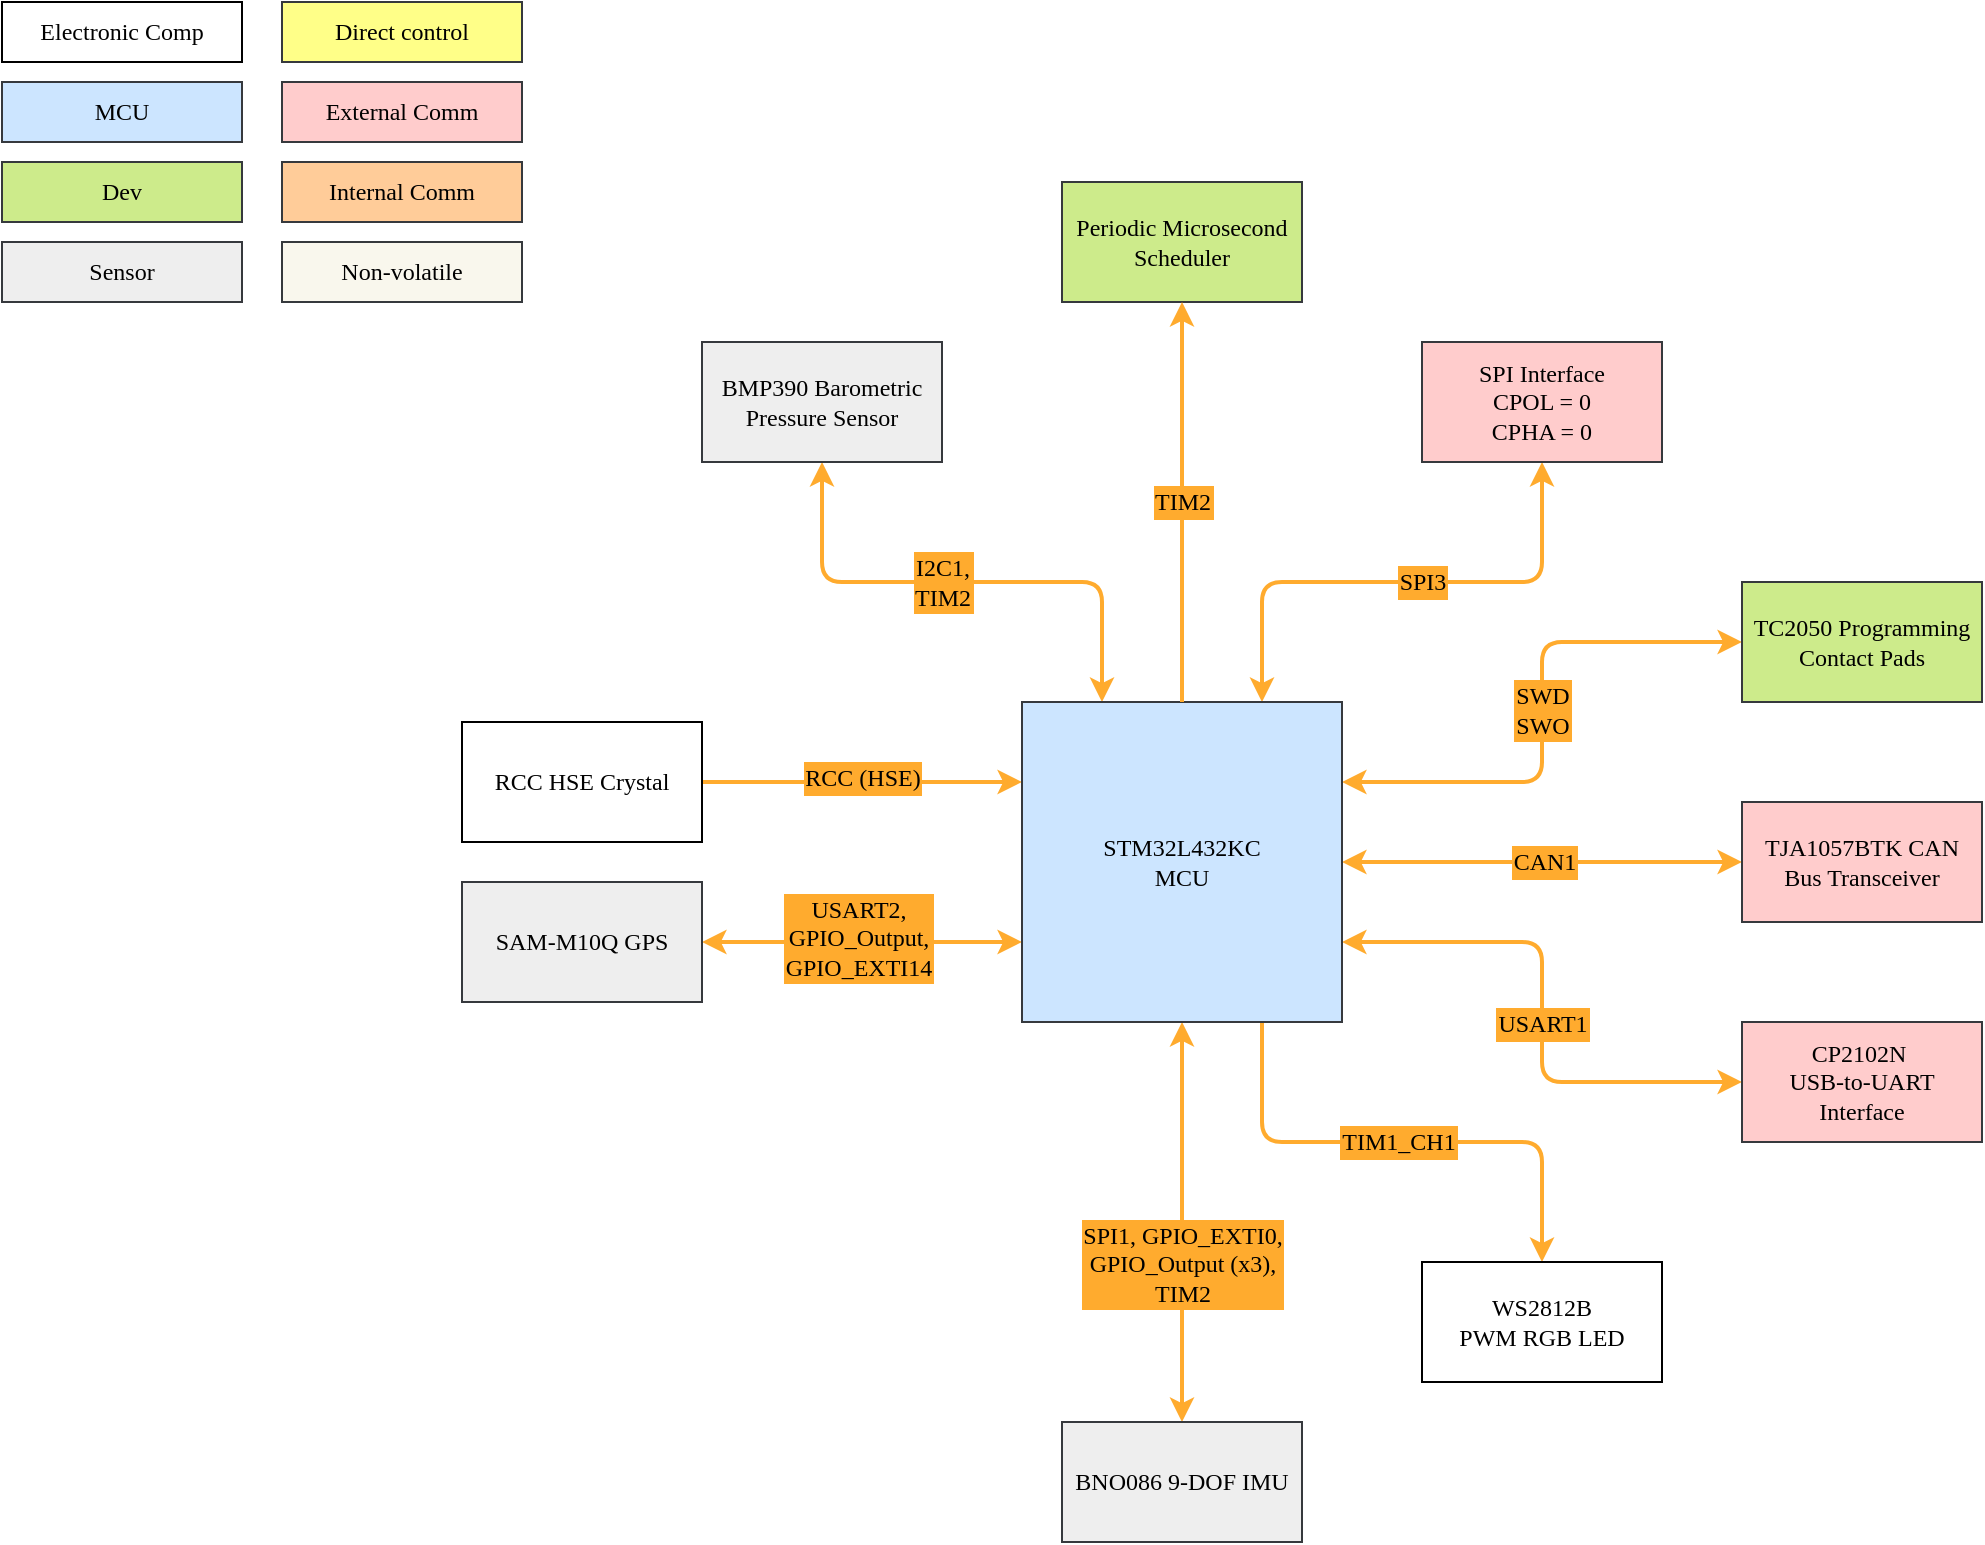
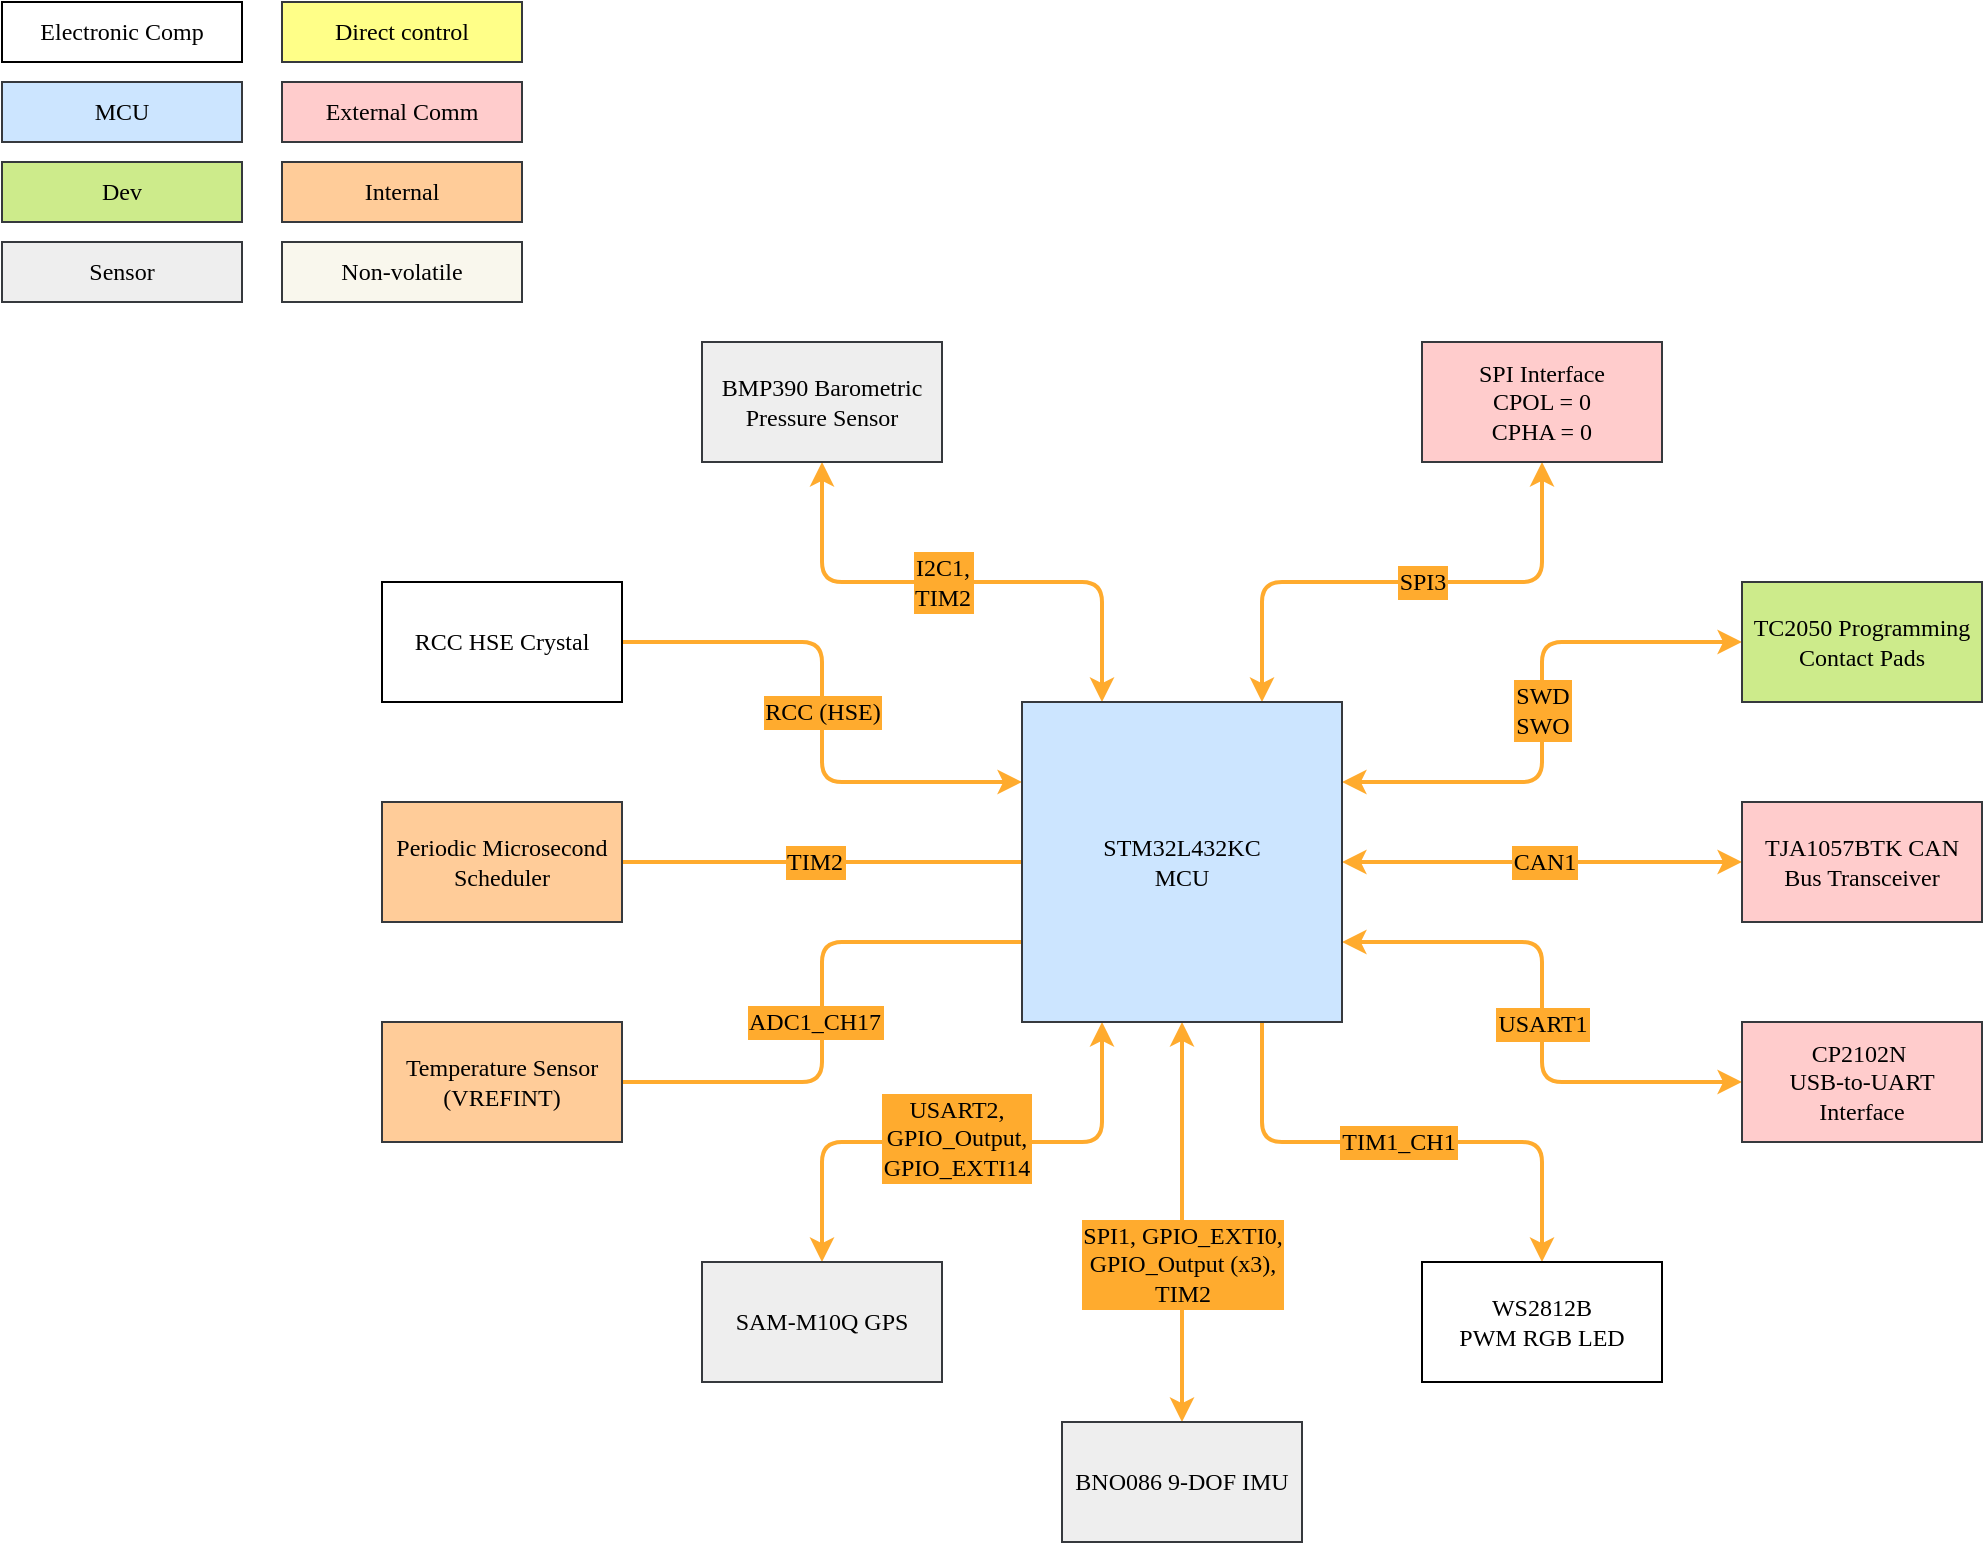
<mxfile host="app.diagrams.net">
  <diagram name="Page-1" id="w_Orb_iaHhAp4VGm16kb">
-     <mxGraphModel dx="1084" dy="564" grid="1" gridSize="10" guides="1" tooltips="1" connect="1" arrows="1" fold="1" page="1" pageScale="1" pageWidth="1169" pageHeight="827" math="0" shadow="0">
+     <mxGraphModel dx="1030" dy="535" grid="1" gridSize="10" guides="1" tooltips="1" connect="1" arrows="1" fold="1" page="1" pageScale="1" pageWidth="1169" pageHeight="827" math="0" shadow="0">
      <root>
        <mxCell id="0" />
        <mxCell id="1" parent="0" />
        <mxCell id="IeG03nwu5ISnfik0zkAV-1" edge="1" parent="1" source="IeG03nwu5ISnfik0zkAV-30" style="edgeStyle=orthogonalEdgeStyle;rounded=1;orthogonalLoop=1;jettySize=auto;html=1;exitX=0;exitY=0.25;exitDx=0;exitDy=0;entryX=1;entryY=0.5;entryDx=0;entryDy=0;strokeWidth=2;curved=0;strokeColor=#FFAB2E;startArrow=classic;startFill=1;endArrow=none;endFill=0;" target="IeG03nwu5ISnfik0zkAV-29">
          <mxGeometry relative="1" as="geometry" />
        </mxCell>
        <mxCell id="IeG03nwu5ISnfik0zkAV-2" connectable="0" parent="IeG03nwu5ISnfik0zkAV-1" style="edgeLabel;html=1;align=center;verticalAlign=middle;resizable=0;points=[];fontSize=12;fontFamily=JetBrains Mono;fontSource=https%3A%2F%2Ffonts.googleapis.com%2Fcss%3Ffamily%3DJetBrains%2BMono;labelBackgroundColor=#FFAB2E;labelBorderColor=#FFAB2E;textShadow=0;" value="RCC (HSE)" vertex="1">
          <mxGeometry relative="1" x="-0.008" y="-1" as="geometry">
            <mxPoint x="-1" y="-1" as="offset" />
          </mxGeometry>
        </mxCell>
        <mxCell id="IeG03nwu5ISnfik0zkAV-3" edge="1" parent="1" source="IeG03nwu5ISnfik0zkAV-27" style="edgeStyle=orthogonalEdgeStyle;rounded=1;orthogonalLoop=1;jettySize=auto;html=1;exitX=0;exitY=0.5;exitDx=0;exitDy=0;strokeWidth=2;startArrow=classic;startFill=1;fontFamily=JetBrains Mono;fontSource=https%3A%2F%2Ffonts.googleapis.com%2Fcss%3Ffamily%3DJetBrains%2BMono;strokeColor=#FFAB2E;fillColor=#ffcc99;fontSize=12;curved=0;entryX=1;entryY=0.5;entryDx=0;entryDy=0;" target="IeG03nwu5ISnfik0zkAV-30">
          <mxGeometry relative="1" as="geometry">
            <mxPoint x="690" y="450" as="targetPoint" />
          </mxGeometry>
        </mxCell>
        <mxCell id="IeG03nwu5ISnfik0zkAV-4" connectable="0" parent="IeG03nwu5ISnfik0zkAV-3" style="edgeLabel;html=1;align=center;verticalAlign=middle;resizable=0;points=[];fontFamily=JetBrains Mono;fontSource=https%3A%2F%2Ffonts.googleapis.com%2Fcss%3Ffamily%3DJetBrains%2BMono;fontSize=12;labelBackgroundColor=#FFAB2E;labelBorderColor=#FFAB2E;" value="CAN1" vertex="1">
          <mxGeometry relative="1" x="-0.0333" as="geometry">
            <mxPoint x="-3" as="offset" />
          </mxGeometry>
        </mxCell>
        <mxCell id="IeG03nwu5ISnfik0zkAV-5" edge="1" parent="1" source="IeG03nwu5ISnfik0zkAV-28" style="edgeStyle=orthogonalEdgeStyle;rounded=1;orthogonalLoop=1;jettySize=auto;html=1;exitX=0;exitY=0.5;exitDx=0;exitDy=0;entryX=1;entryY=0.25;entryDx=0;entryDy=0;startArrow=classic;startFill=1;strokeWidth=2;strokeColor=#FFAB2E;fillColor=#ffcc99;fontSize=12;fontFamily=JetBrains Mono;fontSource=https%3A%2F%2Ffonts.googleapis.com%2Fcss%3Ffamily%3DJetBrains%2BMono;curved=0;" target="IeG03nwu5ISnfik0zkAV-30">
          <mxGeometry relative="1" as="geometry" />
        </mxCell>
        <mxCell id="IeG03nwu5ISnfik0zkAV-6" connectable="0" parent="IeG03nwu5ISnfik0zkAV-5" style="edgeLabel;html=1;align=center;verticalAlign=middle;resizable=0;points=[];fontSize=12;fontFamily=JetBrains Mono;fontSource=https%3A%2F%2Ffonts.googleapis.com%2Fcss%3Ffamily%3DJetBrains%2BMono;labelBackgroundColor=#FFAB2E;labelBorderColor=#FFAB2E;" value="SWD&lt;br style=&quot;font-size: 12px;&quot;&gt;SWO" vertex="1">
          <mxGeometry relative="1" x="0.08" y="-2" as="geometry">
            <mxPoint x="2" y="-12" as="offset" />
          </mxGeometry>
        </mxCell>
        <mxCell id="IeG03nwu5ISnfik0zkAV-7" parent="1" style="rounded=0;whiteSpace=wrap;html=1;fontSize=12;fontFamily=JetBrains Mono;fontSource=https%3A%2F%2Ffonts.googleapis.com%2Fcss%3Ffamily%3DJetBrains%2BMono;fillColor=#cce5ff;strokeColor=#36393d;" value="MCU" vertex="1">
          <mxGeometry height="30" width="120" x="10" y="50" as="geometry" />
        </mxCell>
        <mxCell id="IeG03nwu5ISnfik0zkAV-8" parent="1" style="rounded=0;whiteSpace=wrap;html=1;fontSize=12;fontFamily=JetBrains Mono;fontSource=https%3A%2F%2Ffonts.googleapis.com%2Fcss%3Ffamily%3DJetBrains%2BMono;fillColor=#eeeeee;strokeColor=#36393d;" value="Sensor" vertex="1">
          <mxGeometry height="30" width="120" x="10" y="130" as="geometry" />
        </mxCell>
        <mxCell id="IeG03nwu5ISnfik0zkAV-9" parent="1" style="rounded=0;whiteSpace=wrap;html=1;fontSize=12;fontFamily=JetBrains Mono;fontSource=https%3A%2F%2Ffonts.googleapis.com%2Fcss%3Ffamily%3DJetBrains%2BMono;fillColor=#ffff88;strokeColor=#36393d;" value="Direct control" vertex="1">
          <mxGeometry height="30" width="120" x="150" y="10" as="geometry" />
        </mxCell>
        <mxCell id="IeG03nwu5ISnfik0zkAV-10" parent="1" style="rounded=0;whiteSpace=wrap;html=1;fontSize=12;fontFamily=JetBrains Mono;fontSource=https%3A%2F%2Ffonts.googleapis.com%2Fcss%3Ffamily%3DJetBrains%2BMono;fillColor=#ffcccc;strokeColor=#36393d;" value="External Comm" vertex="1">
          <mxGeometry height="30" width="120" x="150" y="50" as="geometry" />
        </mxCell>
-         <mxCell id="IeG03nwu5ISnfik0zkAV-11" parent="1" style="rounded=0;whiteSpace=wrap;html=1;fontSize=12;fontFamily=JetBrains Mono;fontSource=https%3A%2F%2Ffonts.googleapis.com%2Fcss%3Ffamily%3DJetBrains%2BMono;fillColor=#ffcc99;strokeColor=#36393d;" value="Internal Comm " vertex="1">
+         <mxCell id="IeG03nwu5ISnfik0zkAV-11" parent="1" style="rounded=0;whiteSpace=wrap;html=1;fontSize=12;fontFamily=JetBrains Mono;fontSource=https%3A%2F%2Ffonts.googleapis.com%2Fcss%3Ffamily%3DJetBrains%2BMono;fillColor=#ffcc99;strokeColor=#36393d;" value="Internal" vertex="1">
          <mxGeometry height="30" width="120" x="150" y="90" as="geometry" />
        </mxCell>
        <mxCell id="IeG03nwu5ISnfik0zkAV-12" parent="1" style="rounded=0;whiteSpace=wrap;html=1;fontSize=12;fontFamily=JetBrains Mono;fontSource=https%3A%2F%2Ffonts.googleapis.com%2Fcss%3Ffamily%3DJetBrains%2BMono;" value="Electronic Comp" vertex="1">
          <mxGeometry height="30" width="120" x="10" y="10" as="geometry" />
        </mxCell>
        <mxCell id="IeG03nwu5ISnfik0zkAV-13" parent="1" style="rounded=0;whiteSpace=wrap;html=1;fontSize=12;fontFamily=JetBrains Mono;fontSource=https%3A%2F%2Ffonts.googleapis.com%2Fcss%3Ffamily%3DJetBrains%2BMono;fillColor=#cdeb8b;strokeColor=#36393d;" value="Dev" vertex="1">
          <mxGeometry height="30" width="120" x="10" y="90" as="geometry" />
        </mxCell>
        <mxCell id="IeG03nwu5ISnfik0zkAV-14" parent="1" style="rounded=0;whiteSpace=wrap;html=1;fontSize=12;fontFamily=JetBrains Mono;fontSource=https%3A%2F%2Ffonts.googleapis.com%2Fcss%3Ffamily%3DJetBrains%2BMono;fillColor=#f9f7ed;strokeColor=#36393d;" value="Non-volatile" vertex="1">
          <mxGeometry height="30" width="120" x="150" y="130" as="geometry" />
        </mxCell>
        <mxCell id="IeG03nwu5ISnfik0zkAV-15" edge="1" parent="1" source="IeG03nwu5ISnfik0zkAV-30" style="edgeStyle=orthogonalEdgeStyle;rounded=1;orthogonalLoop=1;jettySize=auto;html=1;entryX=0;entryY=0.5;entryDx=0;entryDy=0;startArrow=classic;startFill=1;strokeWidth=2;fontSize=12;fontFamily=JetBrains Mono;fontSource=https%3A%2F%2Ffonts.googleapis.com%2Fcss%3Ffamily%3DJetBrains%2BMono;strokeColor=#FFAB2E;fillColor=#ffcc99;curved=0;exitX=1;exitY=0.75;exitDx=0;exitDy=0;" target="IeG03nwu5ISnfik0zkAV-31">
          <mxGeometry relative="1" as="geometry">
            <mxPoint x="600" y="550" as="sourcePoint" />
          </mxGeometry>
        </mxCell>
        <mxCell id="IeG03nwu5ISnfik0zkAV-16" connectable="0" parent="IeG03nwu5ISnfik0zkAV-15" style="edgeLabel;html=1;align=center;verticalAlign=middle;resizable=0;points=[];fontSize=12;fontFamily=JetBrains Mono;fontSource=https%3A%2F%2Ffonts.googleapis.com%2Fcss%3Ffamily%3DJetBrains%2BMono;labelBackgroundColor=#FFAB2E;labelBorderColor=#FFAB2E;" value="USART1" vertex="1">
          <mxGeometry relative="1" x="0.025" y="-3" as="geometry">
            <mxPoint x="3" y="2" as="offset" />
          </mxGeometry>
        </mxCell>
        <mxCell id="IeG03nwu5ISnfik0zkAV-17" edge="1" parent="1" source="IeG03nwu5ISnfik0zkAV-30" style="edgeStyle=orthogonalEdgeStyle;rounded=1;orthogonalLoop=1;jettySize=auto;html=1;entryX=0.5;entryY=0;entryDx=0;entryDy=0;startArrow=classic;startFill=1;strokeWidth=2;fontSize=12;fontFamily=JetBrains Mono;fontSource=https%3A%2F%2Ffonts.googleapis.com%2Fcss%3Ffamily%3DJetBrains%2BMono;strokeColor=#FFAB2E;fillColor=#ffcc99;curved=0;exitX=0.5;exitY=1;exitDx=0;exitDy=0;" target="IeG03nwu5ISnfik0zkAV-32">
          <mxGeometry relative="1" as="geometry">
            <mxPoint x="440" y="684" as="sourcePoint" />
          </mxGeometry>
        </mxCell>
        <mxCell id="IeG03nwu5ISnfik0zkAV-18" connectable="0" parent="IeG03nwu5ISnfik0zkAV-17" style="edgeLabel;html=1;align=center;verticalAlign=middle;resizable=0;points=[];fontSize=12;fontFamily=JetBrains Mono;fontSource=https%3A%2F%2Ffonts.googleapis.com%2Fcss%3Ffamily%3DJetBrains%2BMono;labelBackgroundColor=#FFAB2E;labelBorderColor=#FFAB2E;" value="SPI1, GPIO_EXTI0, &lt;br&gt;&lt;div&gt;GPIO_Output (x3),&lt;/div&gt;&lt;div&gt;TIM2&lt;/div&gt;" vertex="1">
          <mxGeometry relative="1" x="0.025" y="-3" as="geometry">
            <mxPoint x="3" y="18" as="offset" />
          </mxGeometry>
        </mxCell>
-         <mxCell id="IeG03nwu5ISnfik0zkAV-19" edge="1" parent="1" source="IeG03nwu5ISnfik0zkAV-30" style="edgeStyle=orthogonalEdgeStyle;rounded=1;orthogonalLoop=1;jettySize=auto;html=1;exitX=0;exitY=0.75;exitDx=0;exitDy=0;entryX=1;entryY=0.5;entryDx=0;entryDy=0;startArrow=classic;startFill=1;fontSize=12;fontFamily=JetBrains Mono;fontSource=https%3A%2F%2Ffonts.googleapis.com%2Fcss%3Ffamily%3DJetBrains%2BMono;strokeWidth=2;strokeColor=#FFAB2E;curved=0;" target="IeG03nwu5ISnfik0zkAV-33">
+         <mxCell id="IeG03nwu5ISnfik0zkAV-19" edge="1" parent="1" source="IeG03nwu5ISnfik0zkAV-30" style="edgeStyle=orthogonalEdgeStyle;rounded=1;orthogonalLoop=1;jettySize=auto;html=1;exitX=0.25;exitY=1;exitDx=0;exitDy=0;entryX=0.5;entryY=0;entryDx=0;entryDy=0;startArrow=classic;startFill=1;fontSize=12;fontFamily=JetBrains Mono;fontSource=https%3A%2F%2Ffonts.googleapis.com%2Fcss%3Ffamily%3DJetBrains%2BMono;strokeWidth=2;strokeColor=#FFAB2E;curved=0;" target="IeG03nwu5ISnfik0zkAV-33">
          <mxGeometry relative="1" as="geometry">
            <mxPoint x="520" y="480" as="sourcePoint" />
          </mxGeometry>
        </mxCell>
        <mxCell id="IeG03nwu5ISnfik0zkAV-20" connectable="0" parent="IeG03nwu5ISnfik0zkAV-19" style="edgeLabel;html=1;align=center;verticalAlign=middle;resizable=0;points=[];fontSize=12;fontFamily=JetBrains Mono;fontSource=https%3A%2F%2Ffonts.googleapis.com%2Fcss%3Ffamily%3DJetBrains%2BMono;labelBackgroundColor=#FFAB2E;labelBorderColor=#FFAB2E;" value="&lt;div&gt;USART2,&lt;/div&gt;&lt;div&gt;GPIO_Output,&lt;/div&gt;&lt;div&gt;GPIO_EXTI14&lt;/div&gt;" vertex="1">
          <mxGeometry relative="1" x="0.0286" as="geometry">
            <mxPoint y="-2" as="offset" />
          </mxGeometry>
        </mxCell>
        <mxCell id="IeG03nwu5ISnfik0zkAV-21" edge="1" parent="1" source="IeG03nwu5ISnfik0zkAV-34" style="edgeStyle=orthogonalEdgeStyle;rounded=1;orthogonalLoop=1;jettySize=auto;html=1;exitX=0.5;exitY=1;exitDx=0;exitDy=0;entryX=0.25;entryY=0;entryDx=0;entryDy=0;startArrow=classic;startFill=1;strokeWidth=2;fontSize=12;fontFamily=JetBrains Mono;fontSource=https%3A%2F%2Ffonts.googleapis.com%2Fcss%3Ffamily%3DJetBrains%2BMono;strokeColor=#FFAB2E;fillColor=#ffcc99;curved=0;" target="IeG03nwu5ISnfik0zkAV-30">
          <mxGeometry relative="1" as="geometry">
            <mxPoint x="600" y="360" as="targetPoint" />
          </mxGeometry>
        </mxCell>
        <mxCell id="IeG03nwu5ISnfik0zkAV-22" connectable="0" parent="IeG03nwu5ISnfik0zkAV-21" style="edgeLabel;html=1;align=center;verticalAlign=middle;resizable=0;points=[];fontSize=12;fontFamily=JetBrains Mono;fontSource=https%3A%2F%2Ffonts.googleapis.com%2Fcss%3Ffamily%3DJetBrains%2BMono;labelBackgroundColor=#FFAB2E;labelBorderColor=#FFAB2E;" value="&lt;div&gt;I2C1,&lt;/div&gt;&lt;div&gt;TIM2&lt;/div&gt;" vertex="1">
          <mxGeometry relative="1" x="-0.0235" y="2" as="geometry">
            <mxPoint x="-7" y="2" as="offset" />
          </mxGeometry>
        </mxCell>
        <mxCell id="IeG03nwu5ISnfik0zkAV-23" edge="1" parent="1" source="IeG03nwu5ISnfik0zkAV-35" style="edgeStyle=orthogonalEdgeStyle;rounded=1;orthogonalLoop=1;jettySize=auto;html=1;entryX=0.75;entryY=1;entryDx=0;entryDy=0;strokeWidth=2;strokeColor=#FFAB2E;startArrow=classic;startFill=1;endArrow=none;endFill=0;curved=0;exitX=0.5;exitY=0;exitDx=0;exitDy=0;" target="IeG03nwu5ISnfik0zkAV-30">
          <mxGeometry relative="1" as="geometry">
            <Array as="points">
              <mxPoint x="780" y="580" />
              <mxPoint x="640" y="580" />
            </Array>
            <mxPoint x="770" y="580" as="sourcePoint" />
            <mxPoint x="690" y="646" as="targetPoint" />
          </mxGeometry>
        </mxCell>
        <mxCell id="IeG03nwu5ISnfik0zkAV-24" connectable="0" parent="IeG03nwu5ISnfik0zkAV-23" style="edgeLabel;html=1;align=center;verticalAlign=middle;resizable=0;points=[];labelBackgroundColor=#FFAB2E;labelBorderColor=#FFAB2E;fontFamily=JetBrains Mono;fontSource=https%3A%2F%2Ffonts.googleapis.com%2Fcss%3Ffamily%3DJetBrains%2BMono;fontSize=12;" value="TIM1_CH1" vertex="1">
          <mxGeometry relative="1" x="-0.4427" as="geometry">
            <mxPoint x="-60" as="offset" />
          </mxGeometry>
        </mxCell>
        <mxCell id="IeG03nwu5ISnfik0zkAV-25" edge="1" parent="1" source="IeG03nwu5ISnfik0zkAV-36" style="edgeStyle=orthogonalEdgeStyle;rounded=1;orthogonalLoop=1;jettySize=auto;html=1;exitX=0.5;exitY=1;exitDx=0;exitDy=0;entryX=0.75;entryY=0;entryDx=0;entryDy=0;startArrow=classic;startFill=1;strokeWidth=2;fontSize=12;fontFamily=JetBrains Mono;fontSource=https%3A%2F%2Ffonts.googleapis.com%2Fcss%3Ffamily%3DJetBrains%2BMono;strokeColor=#FFAB2E;fillColor=#ffcc99;curved=0;" target="IeG03nwu5ISnfik0zkAV-30">
          <mxGeometry relative="1" as="geometry">
            <mxPoint x="750" y="270" as="targetPoint" />
          </mxGeometry>
        </mxCell>
        <mxCell id="IeG03nwu5ISnfik0zkAV-26" connectable="0" parent="IeG03nwu5ISnfik0zkAV-25" style="edgeLabel;html=1;align=center;verticalAlign=middle;resizable=0;points=[];fontSize=12;fontFamily=JetBrains Mono;fontSource=https%3A%2F%2Ffonts.googleapis.com%2Fcss%3Ffamily%3DJetBrains%2BMono;labelBackgroundColor=#FFAB2E;labelBorderColor=#FFAB2E;" value="&lt;div&gt;SPI3&lt;/div&gt;" vertex="1">
          <mxGeometry relative="1" x="-0.0235" y="2" as="geometry">
            <mxPoint x="7" y="-2" as="offset" />
          </mxGeometry>
        </mxCell>
        <mxCell id="IeG03nwu5ISnfik0zkAV-27" parent="1" style="rounded=0;whiteSpace=wrap;html=1;fontSize=12;fontFamily=JetBrains Mono;fontSource=https%3A%2F%2Ffonts.googleapis.com%2Fcss%3Ffamily%3DJetBrains%2BMono;fillColor=#ffcccc;strokeColor=#36393d;" value="TJA1057BTK CAN Bus Transceiver" vertex="1">
          <mxGeometry height="60" width="120" x="880" y="410" as="geometry" />
        </mxCell>
        <mxCell id="IeG03nwu5ISnfik0zkAV-28" parent="1" style="rounded=0;whiteSpace=wrap;html=1;fontSize=12;fontFamily=JetBrains Mono;fontSource=https%3A%2F%2Ffonts.googleapis.com%2Fcss%3Ffamily%3DJetBrains%2BMono;fillColor=#cdeb8b;strokeColor=#36393d;" value="TC2050 Programming Contact Pads" vertex="1">
          <mxGeometry height="60" width="120" x="880" y="300" as="geometry" />
        </mxCell>
        <mxCell id="IeG03nwu5ISnfik0zkAV-29" parent="1" style="rounded=0;whiteSpace=wrap;html=1;fontSize=12;fontFamily=JetBrains Mono;fontSource=https%3A%2F%2Ffonts.googleapis.com%2Fcss%3Ffamily%3DJetBrains%2BMono;" value="RCC HSE Crystal" vertex="1">
-           <mxGeometry height="60" width="120" x="240" y="370" as="geometry" />
-         </mxCell>
-         <mxCell id="IeG03nwu5ISnfik0zkAV-30" parent="1" style="rounded=0;whiteSpace=wrap;html=1;fontFamily=JetBrains Mono;fillColor=#cce5ff;strokeColor=#36393d;fontSize=12;fontSource=https%3A%2F%2Ffonts.googleapis.com%2Fcss%3Ffamily%3DJetBrains%2BMono;" value="STM32L432KC&lt;br style=&quot;font-size: 12px;&quot;&gt;MCU" vertex="1">
-           <mxGeometry height="160" width="160" x="520" y="360" as="geometry" />
+           <mxGeometry height="60" width="120" x="200" y="300" as="geometry" />
        </mxCell>
        <mxCell id="IeG03nwu5ISnfik0zkAV-31" parent="1" style="rounded=0;whiteSpace=wrap;html=1;fontSize=12;fontFamily=JetBrains Mono;fontSource=https%3A%2F%2Ffonts.googleapis.com%2Fcss%3Ffamily%3DJetBrains%2BMono;fillColor=#ffcccc;strokeColor=#36393d;" value="&lt;div&gt;CP2102N&amp;nbsp;&lt;/div&gt;&lt;div&gt;USB-to-UART Interface&lt;/div&gt;" vertex="1">
          <mxGeometry height="60" width="120" x="880" y="520" as="geometry" />
        </mxCell>
        <mxCell id="IeG03nwu5ISnfik0zkAV-32" parent="1" style="rounded=0;whiteSpace=wrap;html=1;fontSize=12;fontFamily=JetBrains Mono;fontSource=https%3A%2F%2Ffonts.googleapis.com%2Fcss%3Ffamily%3DJetBrains%2BMono;fillColor=#eeeeee;strokeColor=#36393d;" value="BNO086 9-DOF IMU" vertex="1">
          <mxGeometry height="60" width="120" x="540" y="720" as="geometry" />
        </mxCell>
        <mxCell id="IeG03nwu5ISnfik0zkAV-33" parent="1" style="rounded=0;whiteSpace=wrap;html=1;fontSize=12;fontFamily=JetBrains Mono;fontSource=https%3A%2F%2Ffonts.googleapis.com%2Fcss%3Ffamily%3DJetBrains%2BMono;fillColor=#eeeeee;strokeColor=#36393d;" value="SAM-M10Q GPS" vertex="1">
-           <mxGeometry height="60" width="120" x="240" y="450" as="geometry" />
+           <mxGeometry height="60" width="120" x="360" y="640" as="geometry" />
        </mxCell>
        <mxCell id="IeG03nwu5ISnfik0zkAV-34" parent="1" style="rounded=0;whiteSpace=wrap;html=1;fontSize=12;fontFamily=JetBrains Mono;fontSource=https%3A%2F%2Ffonts.googleapis.com%2Fcss%3Ffamily%3DJetBrains%2BMono;fillColor=#eeeeee;strokeColor=#36393d;" value="BMP390 Barometric Pressure Sensor" vertex="1">
          <mxGeometry height="60" width="120" x="360" y="180" as="geometry" />
        </mxCell>
        <mxCell id="IeG03nwu5ISnfik0zkAV-35" parent="1" style="rounded=0;whiteSpace=wrap;html=1;fontSize=12;fontFamily=JetBrains Mono;fontSource=https%3A%2F%2Ffonts.googleapis.com%2Fcss%3Ffamily%3DJetBrains%2BMono;" value="&lt;div&gt;WS2812B&lt;/div&gt;&lt;div&gt;PWM RGB LED&lt;/div&gt;" vertex="1">
          <mxGeometry height="60" width="120" x="720" y="640" as="geometry" />
        </mxCell>
        <mxCell id="IeG03nwu5ISnfik0zkAV-36" parent="1" style="rounded=0;whiteSpace=wrap;html=1;fontSize=12;fontFamily=JetBrains Mono;fontSource=https%3A%2F%2Ffonts.googleapis.com%2Fcss%3Ffamily%3DJetBrains%2BMono;fillColor=#ffcccc;strokeColor=#36393d;" value="&lt;div&gt;SPI Interface&lt;/div&gt;&lt;div&gt;CPOL = 0&lt;/div&gt;&lt;div&gt;CPHA = 0&lt;/div&gt;" vertex="1">
          <mxGeometry height="60" width="120" x="720" y="180" as="geometry" />
        </mxCell>
-         <mxCell id="IeG03nwu5ISnfik0zkAV-37" parent="1" style="rounded=0;whiteSpace=wrap;html=1;fontSize=12;fontFamily=JetBrains Mono;fontSource=https%3A%2F%2Ffonts.googleapis.com%2Fcss%3Ffamily%3DJetBrains%2BMono;fillColor=#cdeb8b;strokeColor=#36393d;" value="&lt;div&gt;Periodic Microsecond Scheduler&lt;/div&gt;" vertex="1">
-           <mxGeometry height="60" width="120" x="540" y="100" as="geometry" />
-         </mxCell>
-         <mxCell id="IeG03nwu5ISnfik0zkAV-38" edge="1" parent="1" source="IeG03nwu5ISnfik0zkAV-37" style="edgeStyle=orthogonalEdgeStyle;rounded=1;orthogonalLoop=1;jettySize=auto;html=1;exitX=0.5;exitY=1;exitDx=0;exitDy=0;entryX=0.5;entryY=0;entryDx=0;entryDy=0;startArrow=classic;startFill=1;strokeWidth=2;fontSize=12;fontFamily=JetBrains Mono;fontSource=https%3A%2F%2Ffonts.googleapis.com%2Fcss%3Ffamily%3DJetBrains%2BMono;strokeColor=#FFAB2E;fillColor=#ffcc99;curved=0;endArrow=none;endFill=0;" target="IeG03nwu5ISnfik0zkAV-30">
+         <mxCell id="lsKFXro2zqEyIQCw1bo3-4" edge="1" parent="1" source="lsKFXro2zqEyIQCw1bo3-3" style="edgeStyle=orthogonalEdgeStyle;rounded=1;orthogonalLoop=1;jettySize=auto;html=1;exitX=1;exitY=0.5;exitDx=0;exitDy=0;entryX=0;entryY=0.75;entryDx=0;entryDy=0;startArrow=none;startFill=0;strokeWidth=2;fontSize=12;fontFamily=JetBrains Mono;fontSource=https://fonts.googleapis.com/css?family=JetBrains+Mono;strokeColor=#FFAB2E;fillColor=#ffcc99;curved=0;endArrow=none;endFill=0;" target="IeG03nwu5ISnfik0zkAV-30">
          <mxGeometry relative="1" as="geometry">
-             <mxPoint x="640" y="240" as="sourcePoint" />
-             <mxPoint x="780" y="360" as="targetPoint" />
+             <mxPoint x="280" y="660" as="sourcePoint" />
+             <mxPoint x="240" y="780" as="targetPoint" />
          </mxGeometry>
        </mxCell>
-         <mxCell id="IeG03nwu5ISnfik0zkAV-39" connectable="0" parent="IeG03nwu5ISnfik0zkAV-38" style="edgeLabel;html=1;align=center;verticalAlign=middle;resizable=0;points=[];fontSize=12;fontFamily=JetBrains Mono;fontSource=https%3A%2F%2Ffonts.googleapis.com%2Fcss%3Ffamily%3DJetBrains%2BMono;labelBackgroundColor=#FFAB2E;labelBorderColor=#FFAB2E;" value="TIM2" vertex="1">
+         <mxCell id="lsKFXro2zqEyIQCw1bo3-5" connectable="0" parent="lsKFXro2zqEyIQCw1bo3-4" style="edgeLabel;html=1;align=center;verticalAlign=middle;resizable=0;points=[];fontSize=12;fontFamily=JetBrains Mono;fontSource=https://fonts.googleapis.com/css?family=JetBrains+Mono;labelBackgroundColor=#FFAB2E;labelBorderColor=#FFAB2E;" value="&lt;div&gt;ADC1_CH17&lt;/div&gt;" vertex="1">
          <mxGeometry relative="1" x="-0.0235" y="2" as="geometry">
            <mxPoint x="-2" y="2" as="offset" />
          </mxGeometry>
+         </mxCell>
+         <mxCell id="lsKFXro2zqEyIQCw1bo3-6" edge="1" parent="1" source="lsKFXro2zqEyIQCw1bo3-1" style="edgeStyle=orthogonalEdgeStyle;rounded=1;orthogonalLoop=1;jettySize=auto;html=1;exitX=1;exitY=0.5;exitDx=0;exitDy=0;entryX=0;entryY=0.5;entryDx=0;entryDy=0;startArrow=none;startFill=0;strokeWidth=2;fontSize=12;fontFamily=JetBrains Mono;fontSource=https://fonts.googleapis.com/css?family=JetBrains+Mono;strokeColor=#FFAB2E;fillColor=#ffcc99;curved=0;endArrow=none;endFill=0;" target="IeG03nwu5ISnfik0zkAV-30">
+           <mxGeometry relative="1" as="geometry">
+             <mxPoint x="550" y="570" as="sourcePoint" />
+             <mxPoint x="750" y="500" as="targetPoint" />
+           </mxGeometry>
+         </mxCell>
+         <mxCell id="lsKFXro2zqEyIQCw1bo3-7" connectable="0" parent="lsKFXro2zqEyIQCw1bo3-6" style="edgeLabel;html=1;align=center;verticalAlign=middle;resizable=0;points=[];fontSize=12;fontFamily=JetBrains Mono;fontSource=https://fonts.googleapis.com/css?family=JetBrains+Mono;labelBackgroundColor=#FFAB2E;labelBorderColor=#FFAB2E;" value="TIM2" vertex="1">
+           <mxGeometry relative="1" x="-0.0235" y="2" as="geometry">
+             <mxPoint x="-2" y="2" as="offset" />
+           </mxGeometry>
+         </mxCell>
+         <mxCell id="IeG03nwu5ISnfik0zkAV-30" parent="1" style="rounded=0;whiteSpace=wrap;html=1;fontFamily=JetBrains Mono;fillColor=#cce5ff;strokeColor=#36393d;fontSize=12;fontSource=https%3A%2F%2Ffonts.googleapis.com%2Fcss%3Ffamily%3DJetBrains%2BMono;" value="STM32L432KC&lt;br style=&quot;font-size: 12px;&quot;&gt;MCU" vertex="1">
+           <mxGeometry height="160" width="160" x="520" y="360" as="geometry" />
+         </mxCell>
+         <mxCell id="lsKFXro2zqEyIQCw1bo3-1" parent="1" style="rounded=0;whiteSpace=wrap;html=1;fontSize=12;fontFamily=JetBrains Mono;fontSource=https://fonts.googleapis.com/css?family=JetBrains+Mono;fillColor=#ffcc99;strokeColor=#36393d;" value="&lt;div&gt;Periodic Microsecond Scheduler&lt;/div&gt;" vertex="1">
+           <mxGeometry height="60" width="120" x="200" y="410" as="geometry" />
+         </mxCell>
+         <mxCell id="lsKFXro2zqEyIQCw1bo3-3" parent="1" style="rounded=0;whiteSpace=wrap;html=1;fontSize=12;fontFamily=JetBrains Mono;fontSource=https://fonts.googleapis.com/css?family=JetBrains+Mono;fillColor=#ffcc99;strokeColor=#36393d;" value="Temperature Sensor (VREFINT)" vertex="1">
+           <mxGeometry height="60" width="120" x="200" y="520" as="geometry" />
        </mxCell>
      </root>
    </mxGraphModel>
  </diagram>
</mxfile>
